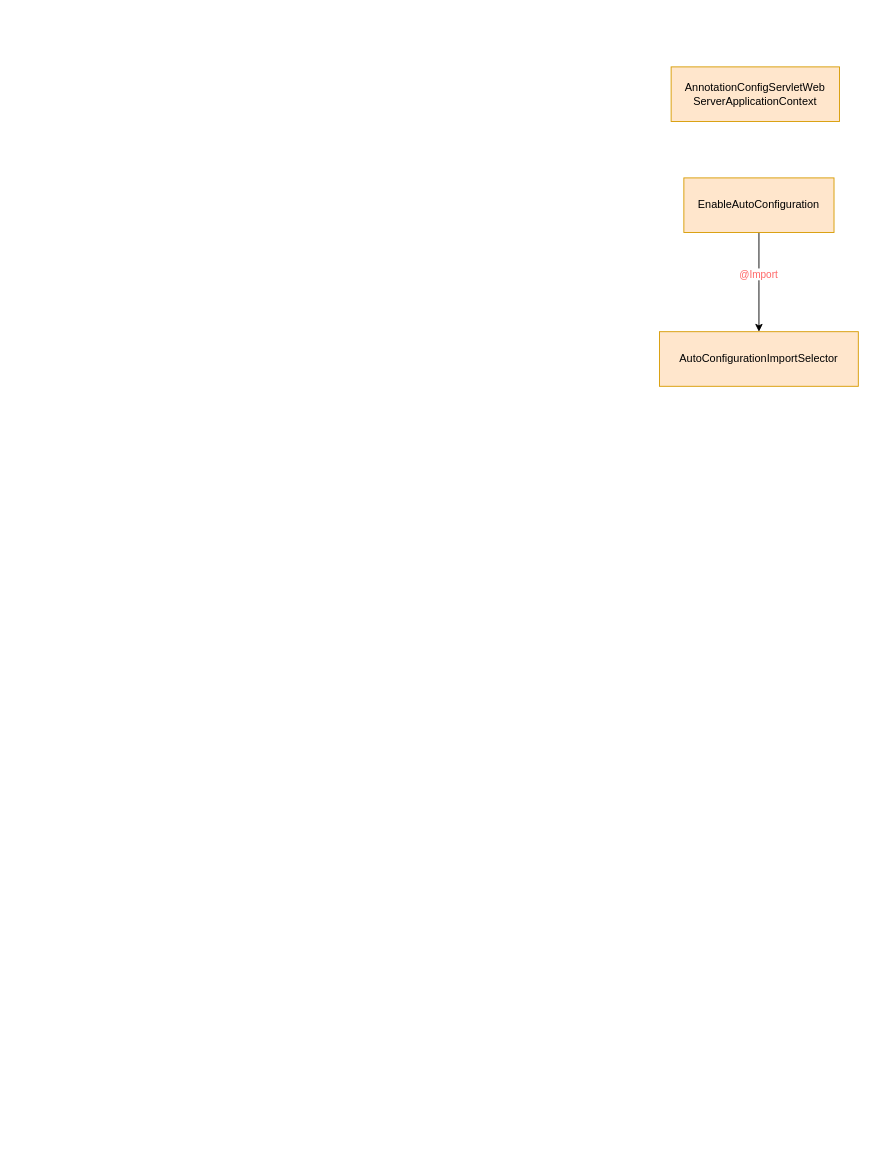
This is autoconfigure.drawio from sKyanfIre/uml, a draw.io file, before an edit. Source tidied: cells renumbered, new cells numbered last; positions are measured from the earlier drawing's top-left corner, leaving out a move shared by most shapes. Both pictures are drawn from the tidied source at 91%, with x=0, y=0 at pixel (659, 66).
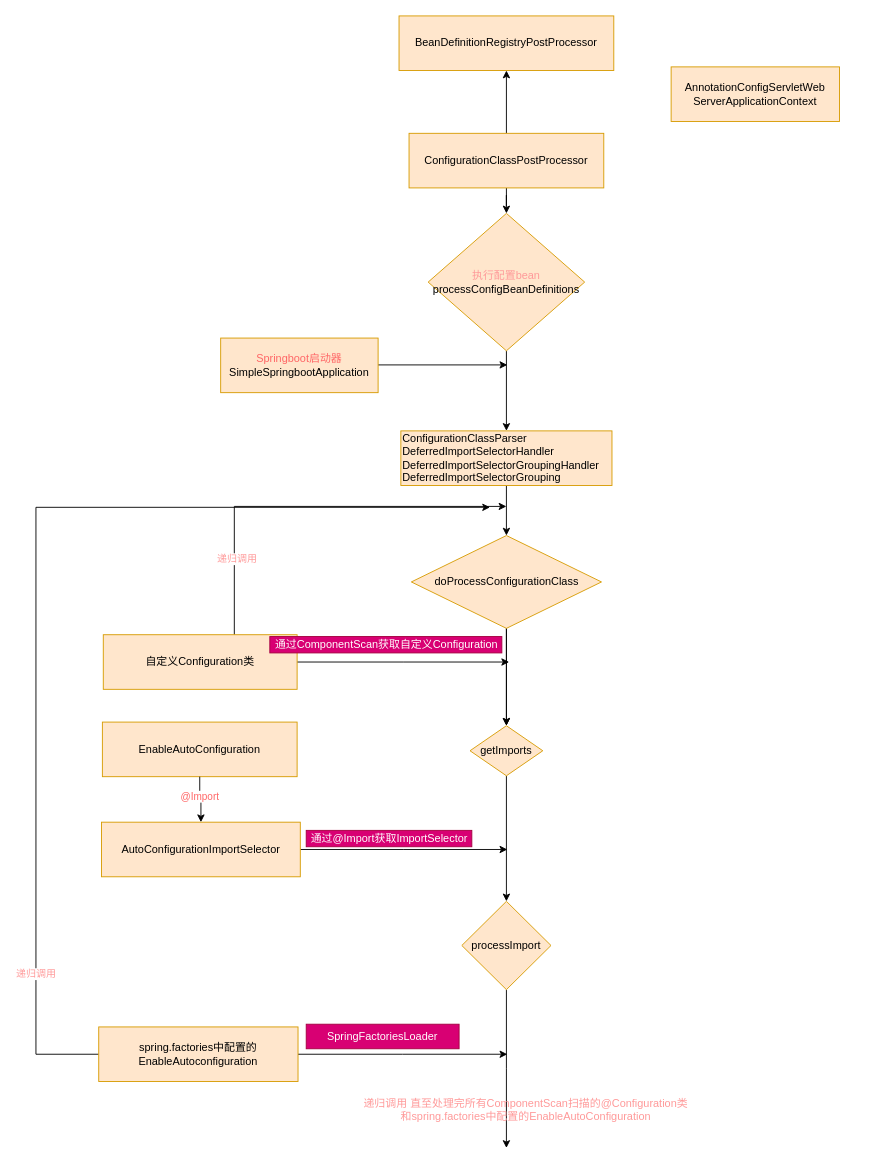
Above is the later version.

Diff of the diagram source:
```diff
@@
+    <mxCell id="7" style="edgeStyle=orthogonalEdgeStyle;rounded=0;jettySize=auto;html=1;fontColor=#FF6666;" parent="1" edge="1" source="9" target="19">
+      <mxGeometry relative="1" as="geometry" />
+    </mxCell>
+    <mxCell id="8" style="edgeStyle=orthogonalEdgeStyle;rounded=0;jettySize=auto;html=1;fontColor=#FF6666;" parent="1" edge="1" source="9" target="21">
+      <mxGeometry relative="1" as="geometry" />
+    </mxCell>
+    <mxCell id="9" value="ConfigurationClassPostProcessor" style="rounded=0;whiteSpace=wrap;html=1;fillColor=#ffe6cc;strokeColor=#d79b00;" parent="1" vertex="1">
+      <mxGeometry x="-275" y="73" width="214" height="60" as="geometry" />
+    </mxCell>
+    <mxCell id="10" style="edgeStyle=orthogonalEdgeStyle;rounded=0;jettySize=auto;html=1;fontColor=#FF6666;" parent="1" edge="1" source="11">
+      <mxGeometry relative="1" as="geometry">
+        <mxPoint x="-167" y="327.5" as="targetPoint" />
+      </mxGeometry>
+    </mxCell>
+    <mxCell id="11" value="&lt;font color=&quot;#FF6666&quot;&gt;Springboot启动器&lt;/font&gt;SimpleSpringbootApplication" style="rounded=0;whiteSpace=wrap;html=1;fillColor=#ffe6cc;strokeColor=#d79b00;" parent="1" vertex="1">
+      <mxGeometry x="-482" y="298" width="173" height="60" as="geometry" />
+    </mxCell>
+    <mxCell id="12" style="edgeStyle=orthogonalEdgeStyle;rounded=0;jettySize=auto;html=1;fontColor=#FF9999;" parent="1" edge="1" source="13" target="24">
+      <mxGeometry relative="1" as="geometry" />
+    </mxCell>
+    <mxCell id="13" value="&lt;div&gt;ConfigurationClassParser&lt;/div&gt;&lt;div&gt;DeferredImportSelectorHandler&lt;/div&gt;&lt;div&gt;DeferredImportSelectorGroupingHandler&lt;/div&gt;&lt;div&gt;DeferredImportSelectorGrouping&lt;br&gt;&lt;/div&gt;" style="rounded=0;whiteSpace=wrap;html=1;fillColor=#ffe6cc;strokeColor=#d79b00;align=left;" parent="1" vertex="1">
+      <mxGeometry x="-284" y="400" width="232" height="60" as="geometry" />
+    </mxCell>
+    <mxCell id="14" value="SpringFactoriesLoader" style="rounded=0;whiteSpace=wrap;html=1;fillColor=#d80073;strokeColor=#A50040;fontColor=#ffffff;" parent="1" vertex="1">
+      <mxGeometry x="-388" y="1052" width="168" height="27" as="geometry" />
+    </mxCell>
+    <mxCell id="15" style="edgeStyle=orthogonalEdgeStyle;rounded=0;jettySize=auto;html=1;fontColor=#FF6666;" parent="1" edge="1" source="16" target="18">
+      <mxGeometry relative="1" as="geometry" />
+    </mxCell>
+    <mxCell id="16" value="getImports " style="rhombus;whiteSpace=wrap;html=1;fillColor=#ffe6cc;strokeColor=#d79b00;rounded=0;" parent="1" vertex="1">
+      <mxGeometry x="-208" y="724" width="80" height="55" as="geometry" />
+    </mxCell>
+    <mxCell id="17" style="edgeStyle=orthogonalEdgeStyle;rounded=0;jettySize=auto;html=1;fontColor=#FF9999;" parent="1" edge="1" source="18">
+      <mxGeometry relative="1" as="geometry">
+        <mxPoint x="-168" y="1188" as="targetPoint" />
+      </mxGeometry>
+    </mxCell>
+    <mxCell id="18" value="processImport" style="rhombus;whiteSpace=wrap;html=1;fillColor=#ffe6cc;strokeColor=#d79b00;rounded=0;" parent="1" vertex="1">
+      <mxGeometry x="-217" y="917" width="98" height="97" as="geometry" />
+    </mxCell>
+    <mxCell id="19" value="BeanDefinitionRegistryPostProcessor" style="whiteSpace=wrap;html=1;fillColor=#ffe6cc;strokeColor=#d79b00;rounded=0;" parent="1" vertex="1">
+      <mxGeometry x="-286" y="-56" width="236" height="60" as="geometry" />
+    </mxCell>
+    <mxCell id="20" style="edgeStyle=orthogonalEdgeStyle;rounded=0;jettySize=auto;html=1;fontColor=#FF6666;" parent="1" edge="1" source="21" target="13">
+      <mxGeometry relative="1" as="geometry" />
+    </mxCell>
+    <mxCell id="21" value="&lt;div&gt;&lt;font color=&quot;#FF9999&quot;&gt;执行配置bean&lt;/font&gt;&lt;br&gt;&lt;/div&gt;&lt;div&gt;processConfigBeanDefinitions&lt;/div&gt;" style="rhombus;whiteSpace=wrap;html=1;fillColor=#ffe6cc;strokeColor=#d79b00;rounded=0;" parent="1" vertex="1">
+      <mxGeometry x="-254" y="161" width="172" height="151" as="geometry" />
+    </mxCell>
+    <mxCell id="22" style="edgeStyle=orthogonalEdgeStyle;rounded=0;jettySize=auto;html=1;entryX=0.5;entryY=0;entryDx=0;entryDy=0;fontColor=#FF9999;" parent="1" edge="1" source="24" target="16">
+      <mxGeometry relative="1" as="geometry" />
+    </mxCell>
+    <mxCell id="23" style="edgeStyle=orthogonalEdgeStyle;rounded=0;jettySize=auto;html=1;fontColor=#FF9999;" parent="1" edge="1" source="24" target="16">
+      <mxGeometry relative="1" as="geometry" />
+    </mxCell>
+    <mxCell id="24" value="doProcessConfigurationClass" style="rhombus;whiteSpace=wrap;html=1;fillColor=#ffe6cc;strokeColor=#d79b00;rounded=0;" parent="1" vertex="1">
+      <mxGeometry x="-272.5" y="515" width="209" height="102" as="geometry" />
+    </mxCell>
+    <mxCell id="25" style="edgeStyle=orthogonalEdgeStyle;rounded=0;jettySize=auto;html=1;fontColor=#FF9999;" parent="1" edge="1" source="28">
+      <mxGeometry relative="1" as="geometry">
+        <mxPoint x="-165" y="654" as="targetPoint" />
+      </mxGeometry>
+    </mxCell>
+    <mxCell id="26" style="edgeStyle=orthogonalEdgeStyle;rounded=0;jettySize=auto;html=1;fontColor=#FF9999;" parent="1" edge="1" source="28">
+      <mxGeometry relative="1" as="geometry">
+        <mxPoint x="-168" y="483" as="targetPoint" />
+        <Array as="points">
+          <mxPoint x="-467" y="483" />
+        </Array>
+      </mxGeometry>
+    </mxCell>
+    <mxCell id="27" value="递归调用" style="edgeLabel;html=1;align=center;verticalAlign=middle;fontColor=#FF9999;" parent="26" vertex="1">
+      <mxGeometry x="-0.62" y="-1" relative="1" as="geometry">
+        <mxPoint x="1" as="offset" />
+      </mxGeometry>
+    </mxCell>
+    <mxCell id="28" value="自定义Configuration类" style="rounded=0;whiteSpace=wrap;html=1;fillColor=#ffe6cc;strokeColor=#d79b00;" parent="1" vertex="1">
+      <mxGeometry x="-611" y="624" width="213" height="60" as="geometry" />
+    </mxCell>
+    <mxCell id="29" value="通过ComponentScan获取自定义Configuration" style="text;html=1;align=center;verticalAlign=middle;strokeColor=#A50040;fillColor=#d80073;fontColor=#ffffff;" parent="1" vertex="1">
+      <mxGeometry x="-428" y="626" width="255" height="18" as="geometry" />
+    </mxCell>
+    <mxCell id="30" style="edgeStyle=orthogonalEdgeStyle;rounded=0;jettySize=auto;html=1;fontColor=#FF9999;exitX=1;exitY=0.5;exitDx=0;exitDy=0;" parent="1" edge="1" source="6">
+      <mxGeometry relative="1" as="geometry">
+        <mxPoint x="-167" y="860" as="targetPoint" />
+      </mxGeometry>
+    </mxCell>
+    <mxCell id="31" value="通过@Import获取ImportSelector" style="text;html=1;align=center;verticalAlign=middle;strokeColor=#A50040;fillColor=#d80073;fontColor=#ffffff;" parent="1" vertex="1">
+      <mxGeometry x="-388" y="839" width="182" height="18" as="geometry" />
+    </mxCell>
+    <mxCell id="32" style="group;" parent="1" vertex="1">
+      <mxGeometry x="-613" y="720" width="218.5" height="170" as="geometry" />
+    </mxCell>
+    <mxCell id="5" value="EnableAutoConfiguration" style="rounded=0;whiteSpace=wrap;html=1;fillColor=#ffe6cc;strokeColor=#d79b00;" parent="32" vertex="1">
+      <mxGeometry x="1" width="214" height="60" as="geometry" />
+    </mxCell>
+    <mxCell id="6" value="AutoConfigurationImportSelector" style="whiteSpace=wrap;html=1;fillColor=#ffe6cc;strokeColor=#d79b00;rounded=0;" parent="32" vertex="1">
+      <mxGeometry y="110" width="218.5" height="60" as="geometry" />
+    </mxCell>
-    <mxCell id="3" style="edgeStyle=orthogonalEdgeStyle;rounded=0;jettySize=auto;html=1;fontColor=#FF6666;" parent="1" edge="1" source="5" target="6">
+    <mxCell id="3" style="edgeStyle=orthogonalEdgeStyle;rounded=0;jettySize=auto;html=1;fontColor=#FF6666;" parent="32" edge="1" source="5" target="6">
       <mxGeometry relative="1" as="geometry" />
     </mxCell>
@@
-    <mxCell id="5" value="EnableAutoConfiguration" style="rounded=0;whiteSpace=wrap;html=1;fillColor=#ffe6cc;strokeColor=#d79b00;" parent="1" vertex="1">
-      <mxGeometry x="27" y="122" width="165" height="60" as="geometry" />
-    </mxCell>
-    <mxCell id="6" value="AutoConfigurationImportSelector" style="whiteSpace=wrap;html=1;fillColor=#ffe6cc;strokeColor=#d79b00;rounded=0;" parent="1" vertex="1">
-      <mxGeometry x="0.2" y="291" width="218.5" height="60" as="geometry" />
-    </mxCell>
+    <mxCell id="33" style="edgeStyle=orthogonalEdgeStyle;rounded=0;jettySize=auto;html=1;fontColor=#FF9999;" parent="1" edge="1" source="36">
+      <mxGeometry relative="1" as="geometry">
+        <mxPoint x="-167" y="1085" as="targetPoint" />
+      </mxGeometry>
+    </mxCell>
+    <mxCell id="34" style="edgeStyle=orthogonalEdgeStyle;rounded=0;jettySize=auto;html=1;fontColor=#FF9999;exitX=0;exitY=0.5;exitDx=0;exitDy=0;" parent="1" edge="1" source="36">
+      <mxGeometry relative="1" as="geometry">
+        <mxPoint x="-186" y="484" as="targetPoint" />
+        <Array as="points">
+          <mxPoint x="-685" y="1085" />
+          <mxPoint x="-685" y="484" />
+        </Array>
+      </mxGeometry>
+    </mxCell>
+    <mxCell id="35" value="递归调用" style="edgeLabel;html=1;align=center;verticalAlign=middle;fontColor=#FF9999;" parent="34" vertex="1">
+      <mxGeometry x="-0.73" y="1" relative="1" as="geometry" />
+    </mxCell>
+    <mxCell id="36" value="spring.factories中配置的EnableAutoconfiguration" style="rounded=0;whiteSpace=wrap;html=1;fillColor=#ffe6cc;strokeColor=#d79b00;" parent="1" vertex="1">
+      <mxGeometry x="-616" y="1055" width="219" height="60" as="geometry" />
+    </mxCell>
+    <mxCell id="37" value="&lt;div&gt;递归调用 直至处理完所有ComponentScan扫描的@Configuration类&lt;/div&gt;&lt;div&gt;和spring.factories中配置的EnableAutoConfiguration&lt;/div&gt;" style="text;html=1;align=center;verticalAlign=middle;strokeColor=none;fillColor=none;fontColor=#FF9999;" parent="1" vertex="1">
+      <mxGeometry x="-330" y="1130" width="366" height="32" as="geometry" />
+    </mxCell>
```
